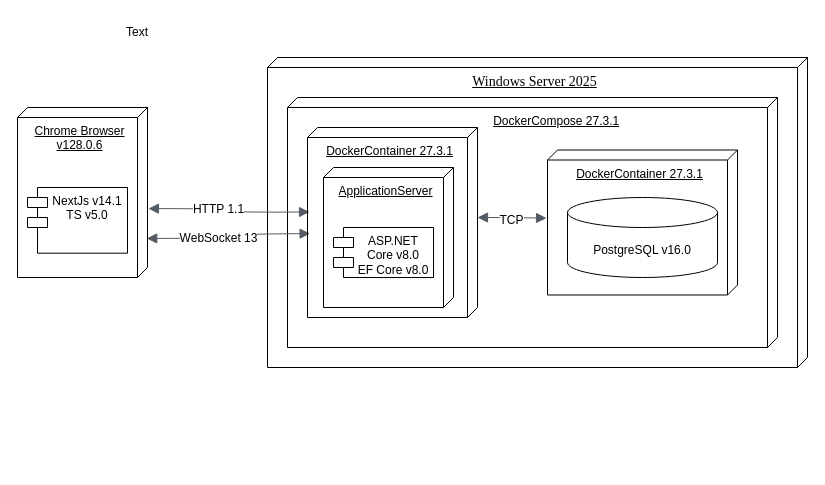
The draw.io diagram Docs/Graph/arhit.drawio in N1i2/GuitarNotepade, before the edit. Source tidied: cells renumbered, new cells numbered last; positions are measured from the earlier drawing's top-left corner, leaving out a move shared by most shapes. Both pictures are drawn from the tidied source at 100%, with x=0, y=0 at pixel (17, 17).
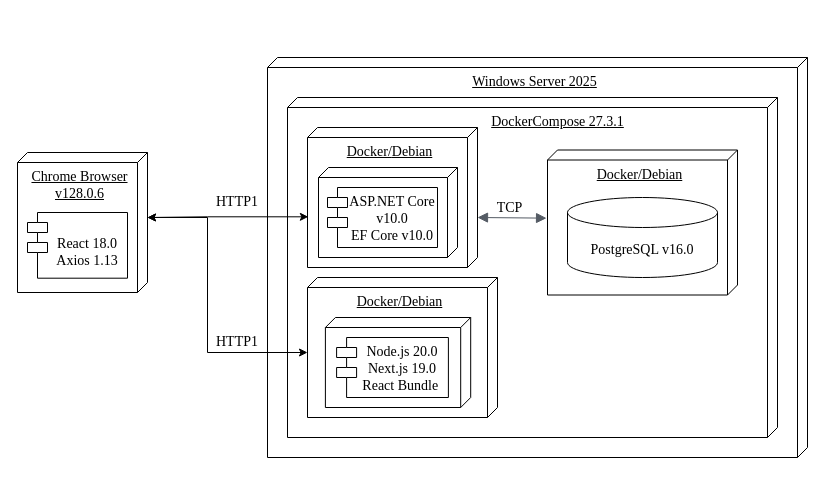
After the change.

Change to the diagram source:
```diff
@@
-    <mxCell id="2" value="&lt;span style=&quot;font-family: &amp;quot;Times New Roman&amp;quot;; font-size: 14px; text-decoration-line: underline;&quot;&gt;Windows Server 2025&lt;/span&gt;" style="verticalAlign=top;align=center;shape=cube;size=10;direction=south;fontStyle=0;html=1;boundedLbl=1;spacingLeft=5;whiteSpace=wrap;fillColor=none;" parent="1" vertex="1">
-      <mxGeometry x="250" y="40" width="540" height="310" as="geometry" />
+    <mxCell id="2" value="&lt;span style=&quot;text-decoration-line: underline;&quot;&gt;Windows Server 2025&lt;/span&gt;" style="verticalAlign=top;align=center;shape=cube;size=10;direction=south;fontStyle=0;html=1;boundedLbl=1;spacingLeft=5;whiteSpace=wrap;fillColor=none;fontFamily=Times New Roman;fontSize=14;" parent="1" vertex="1">
+      <mxGeometry x="250" y="40" width="540" height="400" as="geometry" />
     </mxCell>
-    <mxCell id="3" value="&lt;u&gt;&lt;span style=&quot;white-space: pre;&quot;&gt;&#9;&lt;/span&gt;&lt;span style=&quot;white-space: pre;&quot;&gt;&#9;&lt;/span&gt;DockerCompose 27.3.1&lt;/u&gt;" style="verticalAlign=top;align=center;shape=cube;size=10;direction=south;fontStyle=0;html=1;boundedLbl=1;spacingLeft=5;whiteSpace=wrap;fillColor=none;" parent="1" vertex="1">
-      <mxGeometry x="270" y="80" width="490" height="250" as="geometry" />
+    <mxCell id="3" value="&lt;u&gt;&lt;span style=&quot;white-space: pre;&quot;&gt;&#9;&lt;/span&gt;&lt;span style=&quot;white-space: pre;&quot;&gt;&#9;&lt;/span&gt;DockerCompose 27.3.1&lt;/u&gt;" style="verticalAlign=top;align=center;shape=cube;size=10;direction=south;fontStyle=0;html=1;boundedLbl=1;spacingLeft=5;whiteSpace=wrap;fillColor=none;fontFamily=Times New Roman;fontSize=14;" parent="1" vertex="1">
+      <mxGeometry x="270" y="80" width="490" height="340" as="geometry" />
     </mxCell>
-    <mxCell id="4" value="&lt;u&gt;DockerContainer 27.3.1&lt;/u&gt;" style="verticalAlign=top;align=center;shape=cube;size=10;direction=south;fontStyle=0;html=1;boundedLbl=1;spacingLeft=5;whiteSpace=wrap;fillColor=none;" parent="1" vertex="1">
-      <mxGeometry x="530" y="132.5" width="190" height="145" as="geometry" />
-    </mxCell>
-    <mxCell id="5" style="group;fillColor=none;" parent="1" vertex="1">
-      <mxGeometry y="90" width="130" height="170" as="geometry" />
-    </mxCell>
+    <mxCell id="20" value="&lt;u&gt;Docker/Debian&lt;/u&gt;" style="verticalAlign=top;align=center;shape=cube;size=10;direction=south;fontStyle=0;html=1;boundedLbl=1;spacingLeft=5;whiteSpace=wrap;fillColor=none;fontFamily=Times New Roman;fontSize=14;" parent="1" vertex="1">
+      <mxGeometry x="530" y="132.5" width="190" height="145" as="geometry" />
+    </mxCell>
+    <mxCell id="21" style="group;fillColor=none;fontFamily=Times New Roman;fontSize=14;" parent="1" vertex="1">
+      <mxGeometry y="95" width="130" height="170" as="geometry" />
+    </mxCell>
-    <mxCell id="6" value="&lt;u&gt;Chrome Browser&lt;/u&gt;&lt;div&gt;&lt;u&gt;v128.0.6&lt;/u&gt;&lt;/div&gt;" style="verticalAlign=top;align=center;shape=cube;size=10;direction=south;fontStyle=0;html=1;boundedLbl=1;spacingLeft=5;whiteSpace=wrap;fillColor=none;" parent="5" vertex="1">
-      <mxGeometry width="130" height="170" as="geometry" />
+    <mxCell id="6" value="&lt;u&gt;Chrome Browser&lt;/u&gt;&lt;div&gt;&lt;u&gt;v128.0.6&lt;/u&gt;&lt;/div&gt;" style="verticalAlign=top;align=center;shape=cube;size=10;direction=south;fontStyle=0;html=1;boundedLbl=1;spacingLeft=5;whiteSpace=wrap;fillColor=none;fontFamily=Times New Roman;fontSize=14;" parent="21" vertex="1">
+      <mxGeometry y="40" width="130" height="140" as="geometry" />
     </mxCell>
-    <mxCell id="7" value="NextJs v14.1&lt;div&gt;TS v5.0&lt;/div&gt;&lt;div&gt;&lt;br&gt;&lt;/div&gt;" style="shape=module;align=left;spacingLeft=20;align=center;verticalAlign=top;whiteSpace=wrap;html=1;fillColor=none;" parent="5" vertex="1">
-      <mxGeometry x="10" y="80" width="100" height="65.7" as="geometry" />
-    </mxCell>
-    <mxCell id="8" style="edgeStyle=orthogonalEdgeStyle;html=1;endArrow=block;elbow=vertical;startArrow=block;startFill=1;endFill=1;strokeColor=#545B64;rounded=0;fontSize=12;startSize=8;endSize=8;curved=1;exitX=0.595;exitY=-0.007;exitDx=0;exitDy=0;exitPerimeter=0;entryX=0.461;entryY=0.985;entryDx=0;entryDy=0;entryPerimeter=0;" parent="1" edge="1" source="6">
-      <mxGeometry relative="1" as="geometry">
-        <mxPoint x="292" y="194.5" as="targetPoint" />
-      </mxGeometry>
-    </mxCell>
-    <mxCell id="9" value="HTTP 1.1" style="edgeLabel;html=1;align=center;verticalAlign=middle;fontSize=12;" parent="8" vertex="1">
-      <mxGeometry x="-0.15" relative="1" as="geometry" />
-    </mxCell>
-    <mxCell id="10" style="edgeStyle=orthogonalEdgeStyle;html=1;endArrow=block;elbow=vertical;startArrow=block;startFill=1;endFill=1;strokeColor=#545B64;rounded=0;fontSize=12;startSize=8;endSize=8;curved=1;exitX=0.77;exitY=0.006;exitDx=0;exitDy=0;exitPerimeter=0;entryX=0.615;entryY=0.98;entryDx=0;entryDy=0;entryPerimeter=0;" parent="1" edge="1" source="6">
-      <mxGeometry relative="1" as="geometry">
-        <mxPoint x="292.6" y="216.1" as="targetPoint" />
-      </mxGeometry>
-    </mxCell>
-    <mxCell id="11" value="WebSocket 13" style="edgeLabel;html=1;align=center;verticalAlign=middle;fontSize=12;" parent="10" vertex="1">
-      <mxGeometry x="-0.15" relative="1" as="geometry" />
-    </mxCell>
-    <mxCell id="12" style="group;fillColor=none;" parent="1" vertex="1">
-      <mxGeometry x="290" y="110" width="170" height="190" as="geometry" />
-    </mxCell>
-    <mxCell id="13" value="&lt;u&gt;DockerContainer 27.3.1&lt;/u&gt;" style="verticalAlign=top;align=center;shape=cube;size=10;direction=south;fontStyle=0;html=1;boundedLbl=1;spacingLeft=5;whiteSpace=wrap;fillColor=none;" parent="12" vertex="1">
-      <mxGeometry width="170" height="190" as="geometry" />
-    </mxCell>
-    <mxCell id="14" value="&lt;u&gt;ApplicationServer&lt;/u&gt;" style="verticalAlign=top;align=center;shape=cube;size=10;direction=south;fontStyle=0;html=1;boundedLbl=1;spacingLeft=5;whiteSpace=wrap;fillColor=none;" parent="12" vertex="1">
-      <mxGeometry x="16" y="40" width="130" height="140" as="geometry" />
-    </mxCell>
-    <mxCell id="15" value="ASP.NET Core v8.0&lt;div&gt;EF Core v8.0&lt;/div&gt;" style="shape=module;align=left;spacingLeft=20;align=center;verticalAlign=top;whiteSpace=wrap;html=1;fillColor=none;" parent="12" vertex="1">
-      <mxGeometry x="26" y="100" width="100" height="50" as="geometry" />
-    </mxCell>
+    <mxCell id="22" value="&lt;div&gt;&lt;br&gt;&lt;/div&gt;&lt;div&gt;React 18.0&lt;/div&gt;&lt;div&gt;Axios 1.13&lt;/div&gt;" style="shape=module;align=left;spacingLeft=20;align=center;verticalAlign=top;whiteSpace=wrap;html=1;fillColor=none;fontFamily=Times New Roman;fontSize=14;" parent="21" vertex="1">
+      <mxGeometry x="10" y="100" width="100" height="65.7" as="geometry" />
+    </mxCell>
+    <mxCell id="23" style="group;fillColor=none;fontFamily=Times New Roman;fontSize=14;" parent="1" vertex="1">
+      <mxGeometry x="290" y="110" width="170" height="190" as="geometry" />
+    </mxCell>
+    <mxCell id="24" value="&lt;u&gt;Docker/&lt;/u&gt;&lt;u&gt;Debian&lt;/u&gt;" style="verticalAlign=top;align=center;shape=cube;size=10;direction=south;fontStyle=0;html=1;boundedLbl=1;spacingLeft=5;whiteSpace=wrap;fillColor=none;fontFamily=Times New Roman;fontSize=14;" parent="23" vertex="1">
+      <mxGeometry width="170" height="140" as="geometry" />
+    </mxCell>
+    <mxCell id="25" style="verticalAlign=top;align=center;shape=cube;size=10;direction=south;fontStyle=0;html=1;boundedLbl=1;spacingLeft=5;whiteSpace=wrap;fillColor=none;fontFamily=Times New Roman;fontSize=14;" parent="23" vertex="1">
+      <mxGeometry x="11" y="40" width="139" height="90" as="geometry" />
+    </mxCell>
+    <mxCell id="26" value="ASP.NET Core v10.0&lt;div&gt;EF Core v10.0&lt;/div&gt;" style="shape=module;align=left;spacingLeft=20;align=center;verticalAlign=top;whiteSpace=wrap;html=1;fillColor=none;fontFamily=Times New Roman;fontSize=14;" parent="23" vertex="1">
+      <mxGeometry x="20" y="60" width="110" height="60" as="geometry" />
+    </mxCell>
-    <mxCell id="16" value="PostgreSQL v16.0" style="shape=cylinder3;whiteSpace=wrap;html=1;boundedLbl=1;backgroundOutline=1;size=15;fillColor=none;" parent="1" vertex="1">
+    <mxCell id="16" value="PostgreSQL v16.0" style="shape=cylinder3;whiteSpace=wrap;html=1;boundedLbl=1;backgroundOutline=1;size=15;fillColor=none;fontFamily=Times New Roman;fontSize=14;" parent="1" vertex="1">
       <mxGeometry x="550" y="180" width="150" height="80" as="geometry" />
     </mxCell>
-    <mxCell id="17" style="edgeStyle=orthogonalEdgeStyle;html=1;endArrow=block;elbow=vertical;startArrow=block;startFill=1;endFill=1;strokeColor=#545B64;rounded=0;fontSize=12;startSize=8;endSize=8;curved=1;entryX=0.47;entryY=1.005;entryDx=0;entryDy=0;entryPerimeter=0;exitX=0;exitY=0;exitDx=90;exitDy=0;exitPerimeter=0;" parent="1" edge="1" source="13" target="4">
-      <mxGeometry relative="1" as="geometry" />
-    </mxCell>
+    <mxCell id="27" style="html=1;endArrow=block;elbow=vertical;startArrow=block;startFill=1;endFill=1;strokeColor=#545B64;rounded=0;fontSize=14;startSize=8;endSize=8;entryX=0.47;entryY=1.005;entryDx=0;entryDy=0;entryPerimeter=0;exitX=0;exitY=0;exitDx=90;exitDy=0;exitPerimeter=0;fontFamily=Times New Roman;" parent="1" edge="1" source="24" target="20">
+      <mxGeometry relative="1" as="geometry" />
+    </mxCell>
-    <mxCell id="18" value="TCP" style="edgeLabel;html=1;align=center;verticalAlign=middle;fontSize=12;" parent="17" vertex="1">
-      <mxGeometry x="-0.06" y="-2" relative="1" as="geometry" />
+    <mxCell id="18" value="TCP" style="edgeLabel;html=1;align=center;verticalAlign=middle;fontSize=14;fontFamily=Times New Roman;" parent="27" vertex="1">
+      <mxGeometry x="-0.06" y="-2" relative="1" as="geometry">
+        <mxPoint y="-12" as="offset" />
+      </mxGeometry>
     </mxCell>
-    <mxCell id="19" value="Text" style="text;html=1;whiteSpace=wrap;strokeColor=none;fillColor=none;align=center;verticalAlign=middle;rounded=0;" parent="1" vertex="1">
-      <mxGeometry x="90" width="60" height="30" as="geometry" />
-    </mxCell>
+    <mxCell id="28" style="group;fillColor=none;fontFamily=Times New Roman;fontSize=14;" parent="1" vertex="1">
+      <mxGeometry x="290" y="260" width="190" height="190" as="geometry" />
+    </mxCell>
+    <mxCell id="29" value="&lt;u&gt;Docker/Debian&lt;/u&gt;" style="verticalAlign=top;align=center;shape=cube;size=10;direction=south;fontStyle=0;html=1;boundedLbl=1;spacingLeft=5;whiteSpace=wrap;fillColor=none;fontFamily=Times New Roman;fontSize=14;" parent="28" vertex="1">
+      <mxGeometry width="190" height="140" as="geometry" />
+    </mxCell>
+    <mxCell id="30" style="verticalAlign=top;align=center;shape=cube;size=10;direction=south;fontStyle=0;html=1;boundedLbl=1;spacingLeft=5;whiteSpace=wrap;fillColor=none;fontFamily=Times New Roman;fontSize=14;" parent="28" vertex="1">
+      <mxGeometry x="17.9" y="40" width="145.3" height="90" as="geometry" />
+    </mxCell>
+    <mxCell id="31" value="&lt;div&gt;Node.js 20.0&lt;/div&gt;&lt;div&gt;Next.js 19.0&lt;/div&gt;React Bundle&amp;nbsp;" style="shape=module;align=left;spacingLeft=20;align=center;verticalAlign=top;whiteSpace=wrap;html=1;fillColor=none;fontFamily=Times New Roman;fontSize=14;" parent="28" vertex="1">
+      <mxGeometry x="29.1" y="60" width="111.8" height="60" as="geometry" />
+    </mxCell>
+    <mxCell id="32" style="endArrow=classic;startArrow=classic;html=1;rounded=0;entryX=0;entryY=0;entryDx=65;entryDy=0;entryPerimeter=0;exitX=0.638;exitY=0.995;exitDx=0;exitDy=0;exitPerimeter=0;edgeStyle=orthogonalEdgeStyle;fontFamily=Times New Roman;fontSize=14;" parent="1" edge="1" source="24" target="6">
+      <mxGeometry relative="1" as="geometry">
+        <Array as="points">
+          <mxPoint x="190" y="199" />
+          <mxPoint x="130" y="200" />
+        </Array>
+      </mxGeometry>
+    </mxCell>
+    <mxCell id="33" value="HTTP1" style="text;html=1;whiteSpace=wrap;strokeColor=none;fillColor=none;align=center;verticalAlign=middle;rounded=0;fontFamily=Times New Roman;fontSize=14;" parent="1" vertex="1">
+      <mxGeometry x="190" y="170" width="60" height="30" as="geometry" />
+    </mxCell>
+    <mxCell id="34" style="endArrow=classic;startArrow=classic;html=1;rounded=0;entryX=0;entryY=0;entryDx=65;entryDy=0;entryPerimeter=0;exitX=0;exitY=0;exitDx=75;exitDy=190;exitPerimeter=0;edgeStyle=orthogonalEdgeStyle;fontFamily=Times New Roman;fontSize=14;" parent="1" edge="1" source="29" target="6">
+      <mxGeometry relative="1" as="geometry">
+        <Array as="points">
+          <mxPoint x="190" y="335" />
+          <mxPoint x="190" y="200" />
+          <mxPoint x="130" y="200" />
+        </Array>
+      </mxGeometry>
+    </mxCell>
+    <mxCell id="35" value="HTTP1" style="text;html=1;whiteSpace=wrap;strokeColor=none;fillColor=none;align=center;verticalAlign=middle;rounded=0;fontFamily=Times New Roman;fontSize=14;" parent="1" vertex="1">
+      <mxGeometry x="190" y="310" width="60" height="30" as="geometry" />
+    </mxCell>
```
